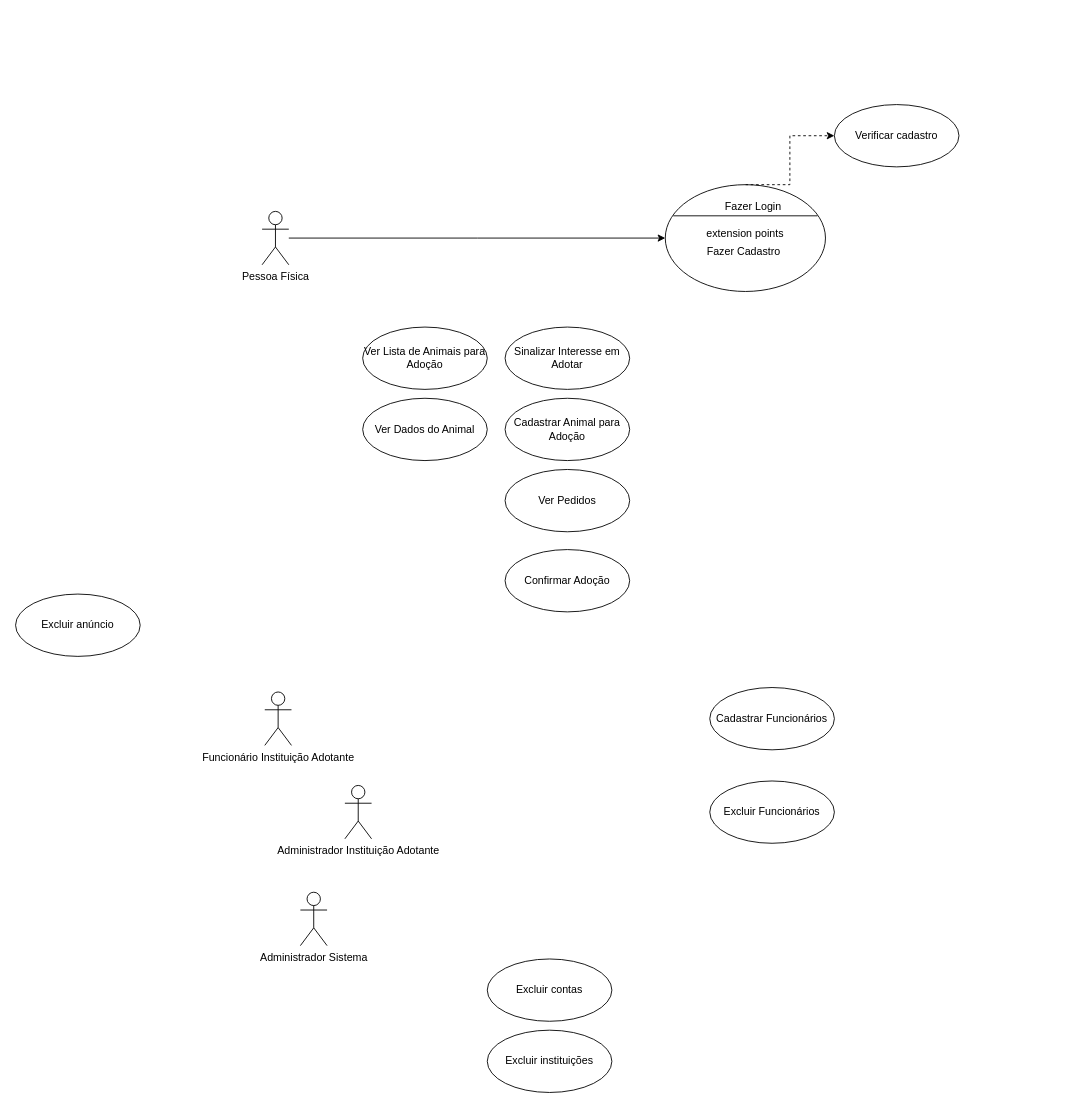
This is Documentos/Caso de Uso.drawio from GuilhermeRPimenta/trabalho-modelagem, a draw.io file, before an edit. Source tidied: cells renumbered, new cells numbered last; positions are measured from the earlier drawing's top-left corner, leaving out a move shared by most shapes. Both pictures are drawn from the tidied source at 89%, with x=0, y=0 at pixel (15, 104).
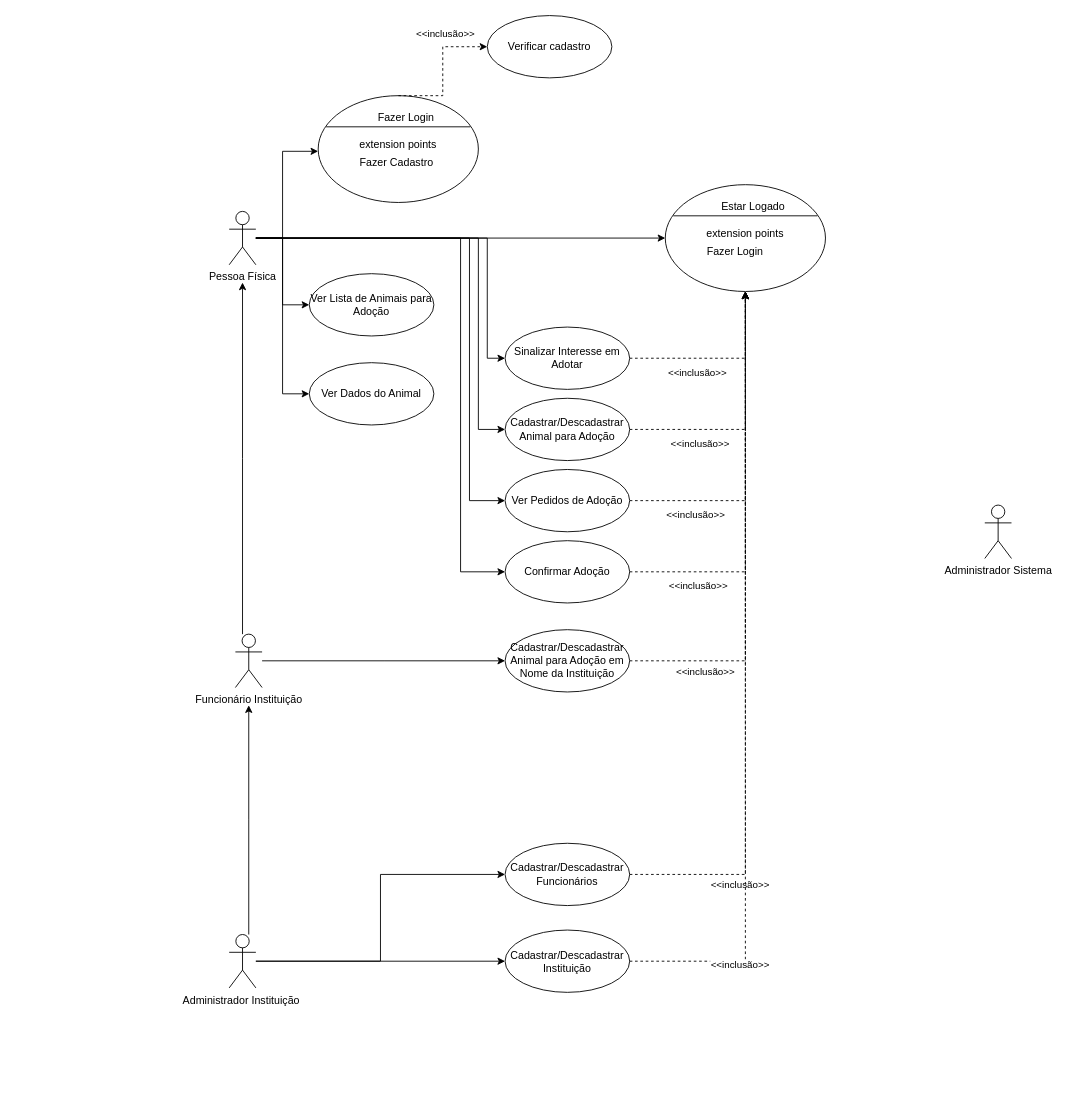
The same page after the edit.

The change refers to these unchanged cells:
```xml
<mxCell id="15" value="Sinalizar Interesse em Adotar" style="ellipse;whiteSpace=wrap;html=1;" parent="1" vertex="1">
  <mxGeometry x="550" y="250" width="140" height="70" as="geometry" />
</mxCell>
```

What changed in the source:
```diff
@@
+    <mxCell id="26" style="edgeStyle=elbowEdgeStyle;rounded=0;jettySize=auto;html=1;entryX=0;entryY=0.5;entryDx=0;entryDy=0;" parent="1" edge="1" source="3" target="13">
+      <mxGeometry relative="1" as="geometry" />
+    </mxCell>
+    <mxCell id="27" style="edgeStyle=elbowEdgeStyle;rounded=0;jettySize=auto;html=1;entryX=0;entryY=0.5;entryDx=0;entryDy=0;" parent="1" edge="1" source="3" target="14">
+      <mxGeometry relative="1" as="geometry" />
+    </mxCell>
+    <mxCell id="28" style="edgeStyle=elbowEdgeStyle;rounded=0;jettySize=auto;html=1;entryX=0;entryY=0.5;entryDx=0;entryDy=0;" parent="1" edge="1" source="3" target="15">
+      <mxGeometry relative="1" as="geometry">
+        <Array as="points">
+          <mxPoint x="530" y="230" />
+        </Array>
+      </mxGeometry>
+    </mxCell>
+    <mxCell id="29" style="edgeStyle=elbowEdgeStyle;rounded=0;jettySize=auto;html=1;entryX=0;entryY=0.5;entryDx=0;entryDy=0;" parent="1" edge="1" source="3" target="5">
+      <mxGeometry relative="1" as="geometry">
+        <Array as="points">
+          <mxPoint x="520" y="300" />
+          <mxPoint x="510" y="280" />
+        </Array>
+      </mxGeometry>
+    </mxCell>
+    <mxCell id="30" style="edgeStyle=elbowEdgeStyle;rounded=0;jettySize=auto;html=1;entryX=0;entryY=0.5;entryDx=0;entryDy=0;" parent="1" edge="1" source="3" target="16">
+      <mxGeometry relative="1" as="geometry">
+        <Array as="points">
+          <mxPoint x="510" y="310" />
+        </Array>
+      </mxGeometry>
+    </mxCell>
+    <mxCell id="31" style="edgeStyle=elbowEdgeStyle;rounded=0;jettySize=auto;html=1;entryX=0;entryY=0.5;entryDx=0;entryDy=0;" parent="1" edge="1" source="3" target="17">
+      <mxGeometry relative="1" as="geometry">
+        <Array as="points">
+          <mxPoint x="500" y="320" />
+          <mxPoint x="480" y="490" />
+        </Array>
+      </mxGeometry>
+    </mxCell>
+    <mxCell id="32" style="edgeStyle=elbowEdgeStyle;shape=connector;rounded=0;jettySize=auto;html=1;entryX=0;entryY=0.75;entryDx=0;entryDy=0;strokeColor=default;align=center;verticalAlign=middle;fontFamily=Helvetica;fontSize=11;fontColor=default;labelBackgroundColor=default;endArrow=classic;" parent="1" edge="1" source="3" target="52">
+      <mxGeometry relative="1" as="geometry">
+        <Array as="points">
+          <mxPoint x="300" y="110" />
+        </Array>
+      </mxGeometry>
+    </mxCell>
     <mxCell id="3" value="Pessoa Física" style="shape=umlActor;verticalLabelPosition=bottom;verticalAlign=top;html=1;outlineConnect=0;" parent="1" vertex="1">
-      <mxGeometry x="277" y="120" width="30" height="60" as="geometry" />
+      <mxGeometry x="240" y="120" width="30" height="60" as="geometry" />
     </mxCell>
+    <mxCell id="33" style="edgeStyle=elbowEdgeStyle;shape=connector;rounded=0;jettySize=auto;html=1;entryX=0;entryY=0.5;entryDx=0;entryDy=0;strokeColor=default;align=center;verticalAlign=middle;fontFamily=Helvetica;fontSize=11;fontColor=default;labelBackgroundColor=default;endArrow=classic;" parent="1" edge="1" source="4" target="6">
+      <mxGeometry relative="1" as="geometry" />
+    </mxCell>
+    <mxCell id="34" style="edgeStyle=elbowEdgeStyle;shape=connector;rounded=0;jettySize=auto;html=1;entryX=0;entryY=0.5;entryDx=0;entryDy=0;strokeColor=default;align=center;verticalAlign=middle;fontFamily=Helvetica;fontSize=11;fontColor=default;labelBackgroundColor=default;endArrow=classic;" parent="1" edge="1" source="4" target="9">
+      <mxGeometry relative="1" as="geometry" />
+    </mxCell>
-    <mxCell id="4" value="Administrador Instituição Adotante" style="shape=umlActor;verticalLabelPosition=bottom;verticalAlign=top;html=1;outlineConnect=0;" parent="1" vertex="1">
-      <mxGeometry x="370" y="765" width="30" height="60" as="geometry" />
+    <mxCell id="4" value="Administrador Instituição&amp;nbsp;" style="shape=umlActor;verticalLabelPosition=bottom;verticalAlign=top;html=1;outlineConnect=0;" parent="1" vertex="1">
+      <mxGeometry x="240" y="932.5" width="30" height="60" as="geometry" />
     </mxCell>
+    <mxCell id="35" style="edgeStyle=elbowEdgeStyle;shape=connector;rounded=0;jettySize=auto;html=1;strokeColor=default;align=center;verticalAlign=middle;fontFamily=Helvetica;fontSize=11;fontColor=default;labelBackgroundColor=default;endArrow=classic;dashed=1;" parent="1" edge="1" source="5">
+      <mxGeometry relative="1" as="geometry">
+        <mxPoint x="820" y="210" as="targetPoint" />
+        <Array as="points">
+          <mxPoint x="820" y="290" />
+        </Array>
+      </mxGeometry>
+    </mxCell>
+    <mxCell id="36" value="&amp;lt;&amp;lt;inclusão&amp;gt;&amp;gt;" style="edgeLabel;html=1;align=center;verticalAlign=middle;fontFamily=Helvetica;fontSize=11;fontColor=default;labelBackgroundColor=default;" parent="35" vertex="1">
+      <mxGeometry x="-0.45" relative="1" as="geometry">
+        <mxPoint y="15" as="offset" />
+      </mxGeometry>
+    </mxCell>
-    <mxCell id="5" value="Cadastrar Animal para Adoção" style="ellipse;whiteSpace=wrap;html=1;" parent="1" vertex="1">
+    <mxCell id="5" value="Cadastrar/Descadastrar Animal para Adoção" style="ellipse;whiteSpace=wrap;html=1;" parent="1" vertex="1">
       <mxGeometry x="550" y="330" width="140" height="70" as="geometry" />
     </mxCell>
-    <mxCell id="6" value="Cadastrar Funcionários" style="ellipse;whiteSpace=wrap;html=1;" parent="1" vertex="1">
-      <mxGeometry x="780" y="655" width="140" height="70" as="geometry" />
+    <mxCell id="6" value="Cadastrar/Descadastrar Funcionários" style="ellipse;whiteSpace=wrap;html=1;" parent="1" vertex="1">
+      <mxGeometry x="550" y="830" width="140" height="70" as="geometry" />
     </mxCell>
     <mxCell id="7" value="Administrador Sistema" style="shape=umlActor;verticalLabelPosition=bottom;verticalAlign=top;html=1;" parent="1" vertex="1">
-      <mxGeometry x="320" y="885" width="30" height="60" as="geometry" />
+      <mxGeometry x="1089" y="450" width="30" height="60" as="geometry" />
     </mxCell>
+    <mxCell id="37" style="edgeStyle=elbowEdgeStyle;shape=connector;rounded=0;jettySize=auto;html=1;strokeColor=default;align=center;verticalAlign=middle;fontFamily=Helvetica;fontSize=11;fontColor=default;labelBackgroundColor=default;endArrow=classic;dashed=1;" parent="1" edge="1" source="8">
+      <mxGeometry relative="1" as="geometry">
+        <mxPoint x="820" y="210" as="targetPoint" />
+        <Array as="points">
+          <mxPoint x="820" y="410" />
+        </Array>
+      </mxGeometry>
+    </mxCell>
+    <mxCell id="38" value="&amp;lt;&amp;lt;inclusão&amp;gt;&amp;gt;" style="edgeLabel;html=1;align=center;verticalAlign=middle;fontFamily=Helvetica;fontSize=11;fontColor=default;labelBackgroundColor=default;" parent="37" vertex="1">
+      <mxGeometry x="-0.68" y="4" relative="1" as="geometry">
+        <mxPoint x="-3" y="15" as="offset" />
+      </mxGeometry>
+    </mxCell>
-    <mxCell id="8" value="Excluir anúncio" style="ellipse;whiteSpace=wrap;html=1;" parent="1" vertex="1">
-      <mxGeometry y="550" width="140" height="70" as="geometry" />
+    <mxCell id="8" value="Cadastrar/Descadastrar Animal para Adoção em Nome da Instituição" style="ellipse;whiteSpace=wrap;html=1;" parent="1" vertex="1">
+      <mxGeometry x="550" y="590" width="140" height="70" as="geometry" />
     </mxCell>
-    <mxCell id="9" value="Excluir contas" style="ellipse;whiteSpace=wrap;html=1;" parent="1" vertex="1">
-      <mxGeometry x="530" y="960" width="140" height="70" as="geometry" />
+    <mxCell id="9" value="Cadastrar/Descadastrar Instituição" style="ellipse;whiteSpace=wrap;html=1;" parent="1" vertex="1">
+      <mxGeometry x="550" y="927.5" width="140" height="70" as="geometry" />
     </mxCell>
-    <mxCell id="10" value="Excluir instituições" style="ellipse;whiteSpace=wrap;html=1;" parent="1" vertex="1">
-      <mxGeometry x="530" y="1040" width="140" height="70" as="geometry" />
-    </mxCell>
-    <mxCell id="11" value="Excluir Funcionários" style="ellipse;whiteSpace=wrap;html=1;" parent="1" vertex="1">
-      <mxGeometry x="780" y="760" width="140" height="70" as="geometry" />
-    </mxCell>
+    <mxCell id="39" style="edgeStyle=elbowEdgeStyle;shape=connector;rounded=0;jettySize=auto;html=1;entryX=0;entryY=0.5;entryDx=0;entryDy=0;strokeColor=default;align=center;verticalAlign=middle;fontFamily=Helvetica;fontSize=11;fontColor=default;labelBackgroundColor=default;endArrow=classic;" parent="1" edge="1" source="12" target="8">
+      <mxGeometry relative="1" as="geometry" />
+    </mxCell>
-    <mxCell id="12" value="Funcionário Instituição Adotante" style="shape=umlActor;verticalLabelPosition=bottom;verticalAlign=top;html=1;outlineConnect=0;" parent="1" vertex="1">
-      <mxGeometry x="280" y="660" width="30" height="60" as="geometry" />
+    <mxCell id="12" value="Funcionário Instituição" style="shape=umlActor;verticalLabelPosition=bottom;verticalAlign=top;html=1;outlineConnect=0;" parent="1" vertex="1">
+      <mxGeometry x="247" y="595" width="30" height="60" as="geometry" />
     </mxCell>
     <mxCell id="13" value="Ver Lista de Animais para Adoção" style="ellipse;whiteSpace=wrap;html=1;" parent="1" vertex="1">
-      <mxGeometry x="390" y="250" width="140" height="70" as="geometry" />
+      <mxGeometry x="330" y="190" width="140" height="70" as="geometry" />
     </mxCell>
     <mxCell id="14" value="Ver Dados do Animal" style="ellipse;whiteSpace=wrap;html=1;" parent="1" vertex="1">
-      <mxGeometry x="390" y="330" width="140" height="70" as="geometry" />
+      <mxGeometry x="330" y="290" width="140" height="70" as="geometry" />
     </mxCell>
+    <mxCell id="40" style="edgeStyle=elbowEdgeStyle;shape=connector;rounded=0;jettySize=auto;html=1;entryX=0.5;entryY=1;entryDx=0;entryDy=0;strokeColor=default;align=center;verticalAlign=middle;fontFamily=Helvetica;fontSize=11;fontColor=default;labelBackgroundColor=default;endArrow=classic;exitX=1;exitY=0.5;exitDx=0;exitDy=0;dashed=1;" parent="1" edge="1" source="15" target="19">
+      <mxGeometry relative="1" as="geometry">
+        <Array as="points">
+          <mxPoint x="820" y="250" />
+        </Array>
+      </mxGeometry>
+    </mxCell>
+    <mxCell id="41" value="&amp;lt;&amp;lt;inclusão&amp;gt;&amp;gt;" style="edgeLabel;html=1;align=center;verticalAlign=middle;fontFamily=Helvetica;fontSize=11;fontColor=default;labelBackgroundColor=default;" parent="40" vertex="1">
+      <mxGeometry x="-0.27" relative="1" as="geometry">
+        <mxPoint y="15" as="offset" />
+      </mxGeometry>
+    </mxCell>
@@
+    <mxCell id="42" style="edgeStyle=elbowEdgeStyle;shape=connector;rounded=0;jettySize=auto;html=1;strokeColor=default;align=center;verticalAlign=middle;fontFamily=Helvetica;fontSize=11;fontColor=default;labelBackgroundColor=default;endArrow=classic;dashed=1;" parent="1" edge="1" source="16">
+      <mxGeometry relative="1" as="geometry">
+        <mxPoint x="820" y="210" as="targetPoint" />
+        <Array as="points">
+          <mxPoint x="820" y="340" />
+        </Array>
+      </mxGeometry>
+    </mxCell>
+    <mxCell id="43" value="&amp;lt;&amp;lt;inclusão&amp;gt;&amp;gt;" style="edgeLabel;html=1;align=center;verticalAlign=middle;fontFamily=Helvetica;fontSize=11;fontColor=default;labelBackgroundColor=default;" parent="42" vertex="1">
+      <mxGeometry x="-0.6" relative="1" as="geometry">
+        <mxPoint y="15" as="offset" />
+      </mxGeometry>
+    </mxCell>
-    <mxCell id="16" value="Ver Pedidos" style="ellipse;whiteSpace=wrap;html=1;" parent="1" vertex="1">
+    <mxCell id="16" value="Ver Pedidos de Adoção" style="ellipse;whiteSpace=wrap;html=1;" parent="1" vertex="1">
       <mxGeometry x="550" y="410" width="140" height="70" as="geometry" />
     </mxCell>
+    <mxCell id="44" style="edgeStyle=elbowEdgeStyle;shape=connector;rounded=0;jettySize=auto;html=1;strokeColor=default;align=center;verticalAlign=middle;fontFamily=Helvetica;fontSize=11;fontColor=default;labelBackgroundColor=default;endArrow=classic;dashed=1;" parent="1" edge="1" source="17">
+      <mxGeometry relative="1" as="geometry">
+        <mxPoint x="820" y="210" as="targetPoint" />
+        <Array as="points">
+          <mxPoint x="820" y="370" />
+        </Array>
+      </mxGeometry>
+    </mxCell>
+    <mxCell id="45" value="&amp;lt;&amp;lt;inclusão&amp;gt;&amp;gt;" style="edgeLabel;html=1;align=center;verticalAlign=middle;fontFamily=Helvetica;fontSize=11;fontColor=default;labelBackgroundColor=default;" parent="44" vertex="1">
+      <mxGeometry x="-0.66" relative="1" as="geometry">
+        <mxPoint y="15" as="offset" />
+      </mxGeometry>
+    </mxCell>
     <mxCell id="17" value="Confirmar Adoção" style="ellipse;whiteSpace=wrap;html=1;" parent="1" vertex="1">
-      <mxGeometry x="550" y="500" width="140" height="70" as="geometry" />
+      <mxGeometry x="550" y="490" width="140" height="70" as="geometry" />
     </mxCell>
-    <mxCell id="18" style="group;" parent="1" vertex="1">
-      <mxGeometry x="730" width="330" height="210" as="geometry" />
-    </mxCell>
+    <mxCell id="46" style="edgeStyle=elbowEdgeStyle;rounded=0;jettySize=auto;html=1;entryX=0.5;entryY=1.333;entryDx=0;entryDy=0;entryPerimeter=0;" parent="1" edge="1" source="12" target="3">
+      <mxGeometry relative="1" as="geometry" />
+    </mxCell>
+    <mxCell id="47" style="edgeStyle=elbowEdgeStyle;rounded=0;jettySize=auto;html=1;entryX=0.5;entryY=1.333;entryDx=0;entryDy=0;entryPerimeter=0;" parent="1" edge="1" source="4" target="12">
+      <mxGeometry relative="1" as="geometry" />
+    </mxCell>
+    <mxCell id="48" style="group;" parent="1" vertex="1">
+      <mxGeometry x="340" y="-100" width="330" height="210" as="geometry" />
+    </mxCell>
+    <mxCell id="49" style="shape=ellipse;horizontal=1;html=1;dashed=0;" parent="48" vertex="1">
+      <mxGeometry y="90" width="180" height="120" as="geometry" />
+    </mxCell>
+    <mxCell id="50" value="Fazer Login" style="html=1;strokeColor=none;fillColor=none;align=center;verticalAlign=middle;whiteSpace=wrap;" parent="49" vertex="1">
+      <mxGeometry x="9" y="10" width="180" height="30" as="geometry" />
+    </mxCell>
+    <mxCell id="51" style="line;strokeWidth=1;fillColor=none;labelPosition=right;dashed=0;" parent="49" vertex="1">
+      <mxGeometry x="9" y="30" width="162" height="10" as="geometry" />
+    </mxCell>
+    <mxCell id="52" value="extension points" style="text;html=1;align=center;verticalAlign=middle;fillColor=none;strokeColor=none;whiteSpace=wrap;" parent="49" vertex="1">
+      <mxGeometry y="40" width="180" height="30" as="geometry" />
+    </mxCell>
+    <mxCell id="53" value="Fazer Cadastro" style="text;html=1;align=left;verticalAlign=middle;spacingLeft=25;fillColor=none;strokeColor=none;whiteSpace=wrap;" parent="49" vertex="1">
+      <mxGeometry x="20" y="60" width="180" height="30" as="geometry" />
+    </mxCell>
+    <mxCell id="24" value="Verificar cadastro" style="ellipse;whiteSpace=wrap;html=1;" parent="48" vertex="1">
+      <mxGeometry x="190" width="140" height="70" as="geometry" />
+    </mxCell>
+    <mxCell id="54" style="edgeStyle=elbowEdgeStyle;rounded=0;jettySize=auto;html=1;entryX=0;entryY=0.5;entryDx=0;entryDy=0;dashed=1;exitX=0.5;exitY=0;exitDx=0;exitDy=0;" parent="48" edge="1" source="49" target="24">
+      <mxGeometry relative="1" as="geometry" />
+    </mxCell>
+    <mxCell id="55" value="&amp;lt;&amp;lt;inclusão&amp;gt;&amp;gt;" style="edgeLabel;html=1;align=center;verticalAlign=middle;fontFamily=Helvetica;fontSize=11;fontColor=default;labelBackgroundColor=default;" parent="54" vertex="1">
+      <mxGeometry x="0.38" y="3" relative="1" as="geometry">
+        <mxPoint y="-12" as="offset" />
+      </mxGeometry>
+    </mxCell>
-    <mxCell id="19" style="shape=ellipse;horizontal=1;html=1;dashed=0;" parent="18" vertex="1">
-      <mxGeometry y="90" width="180" height="120" as="geometry" />
+    <mxCell id="19" style="shape=ellipse;horizontal=1;html=1;dashed=0;" parent="1" vertex="1">
+      <mxGeometry x="730" y="90" width="180" height="120" as="geometry" />
     </mxCell>
-    <mxCell id="20" value="Fazer Login" style="html=1;strokeColor=none;fillColor=none;align=center;verticalAlign=middle;whiteSpace=wrap;" parent="19" vertex="1">
+    <mxCell id="20" value="Estar Logado" style="html=1;strokeColor=none;fillColor=none;align=center;verticalAlign=middle;whiteSpace=wrap;" parent="19" vertex="1">
       <mxGeometry x="9" y="10" width="180" height="30" as="geometry" />
     </mxCell>
@@
-    <mxCell id="23" value="Fazer Cadastro" style="text;html=1;align=left;verticalAlign=middle;spacingLeft=25;fillColor=none;strokeColor=none;whiteSpace=wrap;" parent="19" vertex="1">
+    <mxCell id="23" value="Fazer Login" style="text;html=1;align=left;verticalAlign=middle;spacingLeft=25;fillColor=none;strokeColor=none;whiteSpace=wrap;" parent="19" vertex="1">
       <mxGeometry x="20" y="60" width="180" height="30" as="geometry" />
     </mxCell>
-    <mxCell id="24" value="Verificar cadastro" style="ellipse;whiteSpace=wrap;html=1;" parent="18" vertex="1">
-      <mxGeometry x="190" width="140" height="70" as="geometry" />
-    </mxCell>
-    <mxCell id="25" style="edgeStyle=elbowEdgeStyle;rounded=0;jettySize=auto;html=1;entryX=0;entryY=0.5;entryDx=0;entryDy=0;dashed=1;exitX=0.5;exitY=0;exitDx=0;exitDy=0;" parent="18" edge="1" source="19" target="24">
-      <mxGeometry relative="1" as="geometry" />
-    </mxCell>
+    <mxCell id="56" style="edgeStyle=elbowEdgeStyle;shape=connector;rounded=0;jettySize=auto;html=1;strokeColor=default;align=center;verticalAlign=middle;fontFamily=Helvetica;fontSize=11;fontColor=default;labelBackgroundColor=default;endArrow=classic;dashed=1;exitX=1;exitY=0.5;exitDx=0;exitDy=0;entryX=0.5;entryY=1;entryDx=0;entryDy=0;" parent="1" edge="1" source="6" target="19">
+      <mxGeometry relative="1" as="geometry">
+        <Array as="points">
+          <mxPoint x="820" y="540" />
+        </Array>
+      </mxGeometry>
+    </mxCell>
+    <mxCell id="57" value="&amp;lt;&amp;lt;inclusão&amp;gt;&amp;gt;" style="edgeLabel;html=1;align=center;verticalAlign=middle;fontFamily=Helvetica;fontSize=11;fontColor=default;labelBackgroundColor=default;" parent="56" vertex="1">
+      <mxGeometry x="-0.68" y="4" relative="1" as="geometry">
+        <mxPoint x="-3" y="15" as="offset" />
+      </mxGeometry>
+    </mxCell>
+    <mxCell id="58" style="edgeStyle=elbowEdgeStyle;shape=connector;rounded=0;jettySize=auto;html=1;strokeColor=default;align=center;verticalAlign=middle;fontFamily=Helvetica;fontSize=11;fontColor=default;labelBackgroundColor=default;endArrow=classic;dashed=1;exitX=1;exitY=0.5;exitDx=0;exitDy=0;entryX=0.5;entryY=1;entryDx=0;entryDy=0;" parent="1" edge="1" source="9" target="19">
+      <mxGeometry relative="1" as="geometry">
+        <Array as="points">
+          <mxPoint x="820" y="590" />
+        </Array>
+      </mxGeometry>
+    </mxCell>
+    <mxCell id="59" value="&amp;lt;&amp;lt;inclusão&amp;gt;&amp;gt;" style="edgeLabel;html=1;align=center;verticalAlign=middle;fontFamily=Helvetica;fontSize=11;fontColor=default;labelBackgroundColor=default;" parent="58" vertex="1">
+      <mxGeometry x="-0.68" y="4" relative="1" as="geometry">
+        <mxPoint x="-3" y="15" as="offset" />
+      </mxGeometry>
+    </mxCell>
```
